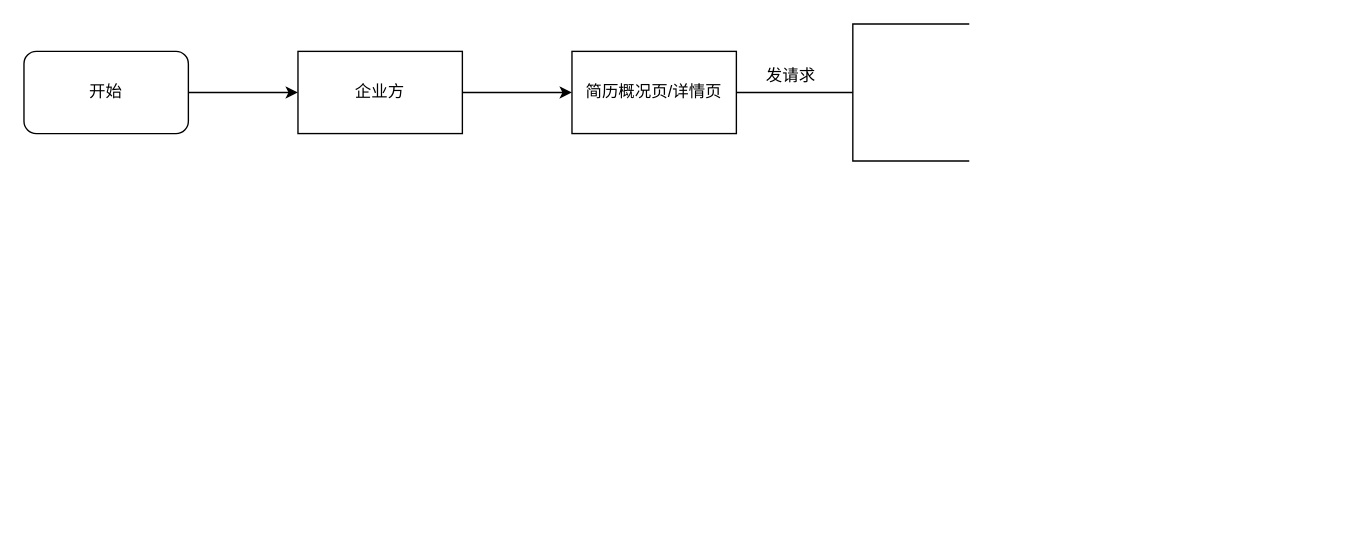
SuJack/www.draw.io keeps this draw.io diagram as CRM+小程序，乐职优选交换联系方式的工作流程.drawio. Above is the earlier version. Source tidied: cells renumbered, new cells numbered last; positions are measured from the earlier drawing's top-left corner, leaving out a move shared by most shapes. Both pictures are drawn from the tidied source at 137%, with x=0, y=0 at pixel (23, 23).
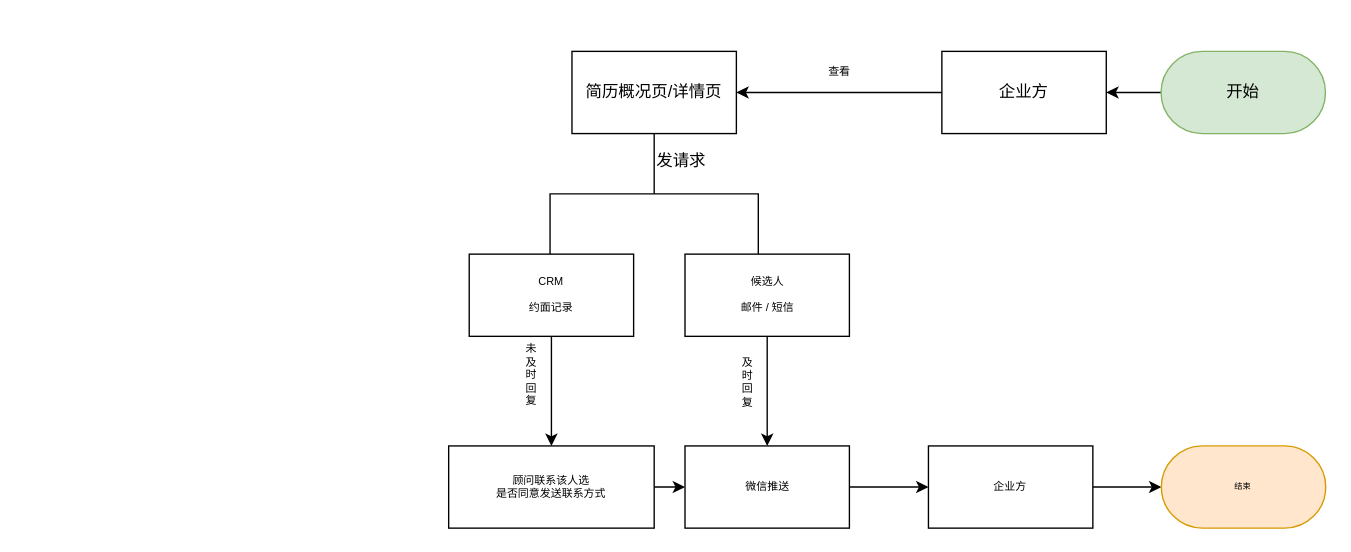
After the change.

Commit message:
更新CRM+小程序，乐职优选交换联系方式的工作流程.drawio

The edit, as a diff of the source:
```diff
@@
-    <mxCell id="3" value="开始" style="rounded=1;whiteSpace=wrap;html=1;" parent="1" vertex="1">
-      <mxGeometry y="20" width="120" height="60" as="geometry" />
+    <mxCell id="3" value="开始" style="rounded=1;whiteSpace=wrap;html=1;arcSize=50;fillColor=#d5e8d4;strokeColor=#82b366;" parent="1" vertex="1">
+      <mxGeometry x="830" y="20" width="120" height="60" as="geometry" />
     </mxCell>
@@
     <mxCell id="5" value="企业方" style="rounded=1;whiteSpace=wrap;html=1;arcSize=0;" parent="1" vertex="1">
-      <mxGeometry x="200" y="20" width="120" height="60" as="geometry" />
+      <mxGeometry x="670" y="20" width="120" height="60" as="geometry" />
     </mxCell>
@@
-    <mxCell id="7" style="strokeWidth=1;html=1;shape=mxgraph.flowchart.annotation_2;align=left;fillColor=#ffffff;" parent="1" vertex="1">
-      <mxGeometry x="520" width="170" height="100" as="geometry" />
+    <mxCell id="7" style="strokeWidth=1;html=1;shape=mxgraph.flowchart.annotation_2;align=left;fillColor=#ffffff;rotation=90;" parent="1" vertex="1">
+      <mxGeometry x="416" y="48" width="88" height="152" as="geometry" />
     </mxCell>
     <mxCell id="8" value="发请求" style="text;html=1;align=left;verticalAlign=top;spacingTop=-4;" parent="1" vertex="1">
-      <mxGeometry x="540" y="28" width="50" height="20" as="geometry" />
+      <mxGeometry x="460" y="90" width="50" height="20" as="geometry" />
     </mxCell>
+    <mxCell id="9" value="查看" style="text;html=1;align=center;verticalAlign=top;spacingTop=-4;fontSize=8;" parent="1" vertex="1">
+      <mxGeometry x="575" y="28" width="40" height="10" as="geometry" />
+    </mxCell>
+    <mxCell id="10" style="edgeStyle=orthogonalEdgeStyle;rounded=0;jettySize=auto;html=1;fontSize=8;" parent="1" edge="1" source="11" target="13">
+      <mxGeometry relative="1" as="geometry" />
+    </mxCell>
+    <mxCell id="11" value="候选人&lt;br&gt;&lt;br&gt;邮件 / 短信" style="rounded=0;whiteSpace=wrap;html=1;strokeWidth=1;fillColor=#ffffff;fontSize=8;" parent="1" vertex="1">
+      <mxGeometry x="482.5" y="168" width="120" height="60" as="geometry" />
+    </mxCell>
+    <mxCell id="12" style="edgeStyle=orthogonalEdgeStyle;rounded=0;jettySize=auto;html=1;fontSize=6;" parent="1" edge="1" source="13" target="15">
+      <mxGeometry relative="1" as="geometry" />
+    </mxCell>
+    <mxCell id="13" value="微信推送" style="rounded=0;whiteSpace=wrap;html=1;strokeWidth=1;fillColor=#ffffff;fontSize=8;" parent="1" vertex="1">
+      <mxGeometry x="482.5" y="308" width="120" height="60" as="geometry" />
+    </mxCell>
+    <mxCell id="14" style="edgeStyle=orthogonalEdgeStyle;rounded=0;jettySize=auto;html=1;fontSize=6;entryX=0;entryY=0.5;entryDx=0;entryDy=0;" parent="1" edge="1" source="15" target="22">
+      <mxGeometry relative="1" as="geometry" />
+    </mxCell>
+    <mxCell id="15" value="企业方" style="rounded=0;whiteSpace=wrap;html=1;strokeWidth=1;fillColor=#ffffff;fontSize=8;" parent="1" vertex="1">
+      <mxGeometry x="660.2" y="308" width="120" height="60" as="geometry" />
+    </mxCell>
+    <mxCell id="16" style="edgeStyle=orthogonalEdgeStyle;rounded=0;jettySize=auto;html=1;fontSize=8;" parent="1" edge="1" source="17" target="19">
+      <mxGeometry relative="1" as="geometry" />
+    </mxCell>
+    <mxCell id="17" value="CRM&lt;br&gt;&lt;br&gt;约面记录&lt;br&gt;" style="rounded=0;whiteSpace=wrap;html=1;strokeWidth=1;fillColor=#ffffff;fontSize=8;" parent="1" vertex="1">
+      <mxGeometry x="325" y="168" width="120" height="60" as="geometry" />
+    </mxCell>
+    <mxCell id="18" style="edgeStyle=orthogonalEdgeStyle;rounded=0;jettySize=auto;html=1;fontSize=6;" parent="1" edge="1" source="19" target="13">
+      <mxGeometry relative="1" as="geometry" />
+    </mxCell>
+    <mxCell id="19" value="&lt;font style=&quot;font-size: 8px&quot;&gt;顾问联系该人选&lt;br style=&quot;font-size: 8px&quot;&gt;是否同意发送联系方式&lt;/font&gt;&lt;br style=&quot;font-size: 6px&quot;&gt;" style="rounded=0;whiteSpace=wrap;html=1;strokeWidth=1;fillColor=#ffffff;fontSize=6;" parent="1" vertex="1">
+      <mxGeometry x="310" y="308" width="150" height="60" as="geometry" />
+    </mxCell>
+    <mxCell id="20" value="&lt;div style=&quot;text-align: center&quot;&gt;&lt;span&gt;及&lt;/span&gt;&lt;/div&gt;&lt;div style=&quot;text-align: center&quot;&gt;&lt;span&gt;时&lt;/span&gt;&lt;/div&gt;&lt;div style=&quot;text-align: center&quot;&gt;&lt;span&gt;回&lt;/span&gt;&lt;/div&gt;&lt;div style=&quot;text-align: center&quot;&gt;&lt;span&gt;复&lt;/span&gt;&lt;/div&gt;" style="text;html=1;align=center;verticalAlign=top;spacingTop=-4;fontSize=8;" parent="1" vertex="1">
+      <mxGeometry x="512.5" y="240" width="30" height="40" as="geometry" />
+    </mxCell>
+    <mxCell id="21" value="&lt;div style=&quot;text-align: center&quot;&gt;&lt;span&gt;未&lt;/span&gt;&lt;/div&gt;&lt;div style=&quot;text-align: center&quot;&gt;&lt;span&gt;及&lt;/span&gt;&lt;/div&gt;&lt;div style=&quot;text-align: center&quot;&gt;&lt;span&gt;时&lt;/span&gt;&lt;/div&gt;&lt;div style=&quot;text-align: center&quot;&gt;&lt;span&gt;回&lt;/span&gt;&lt;/div&gt;&lt;div style=&quot;text-align: center&quot;&gt;&lt;span&gt;复&lt;/span&gt;&lt;/div&gt;" style="text;html=1;align=center;verticalAlign=top;spacingTop=-4;fontSize=8;" parent="1" vertex="1">
+      <mxGeometry x="355" y="230" width="30" height="50" as="geometry" />
+    </mxCell>
+    <mxCell id="22" value="结束" style="rounded=1;whiteSpace=wrap;html=1;strokeWidth=1;fillColor=#ffe6cc;fontSize=6;align=center;arcSize=50;strokeColor=#d79b00;" parent="1" vertex="1">
+      <mxGeometry x="830.2" y="308" width="120" height="60" as="geometry" />
+    </mxCell>
```
